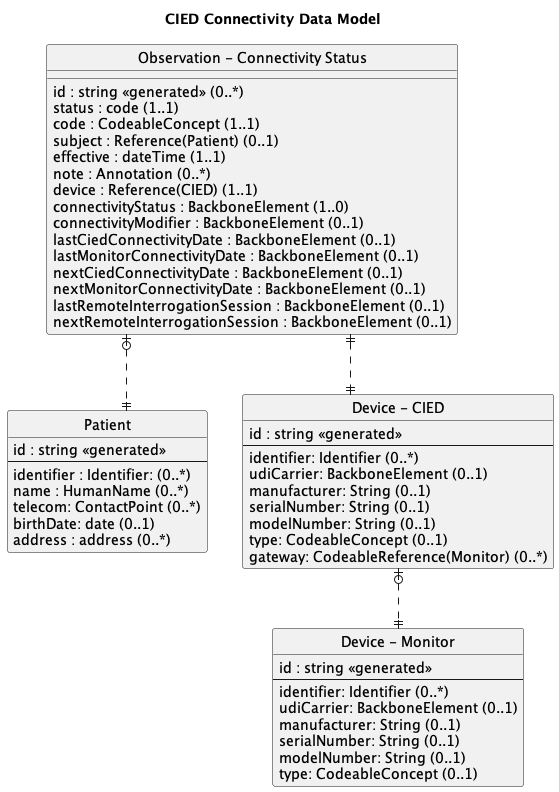
The PlantUML diagram input/images/data-model1.png in HL7/CardX-CIED, before a commit.
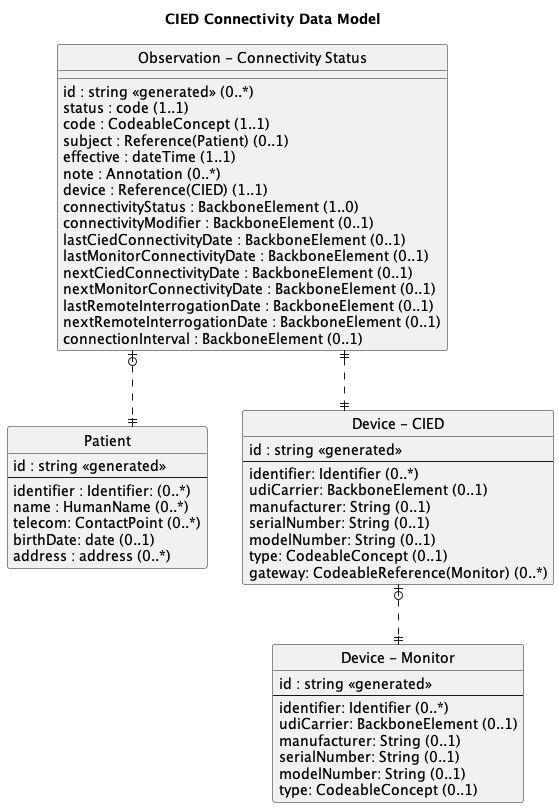
After the commit.

Diff of the diagram source:
```diff
@@ -52,8 +52,9 @@
     lastMonitorConnectivityDate : BackboneElement (0..1)
     nextCiedConnectivityDate : BackboneElement (0..1)
     nextMonitorConnectivityDate : BackboneElement (0..1)
-    lastRemoteInterrogationSession : BackboneElement (0..1)
-    nextRemoteInterrogationSession : BackboneElement (0..1)
+    lastRemoteInterrogationDate : BackboneElement (0..1)
+    nextRemoteInterrogationDate : BackboneElement (0..1)
+    connectionInterval : BackboneElement (0..1)
 }
 
 Connectivity |o..|| Patient
```
